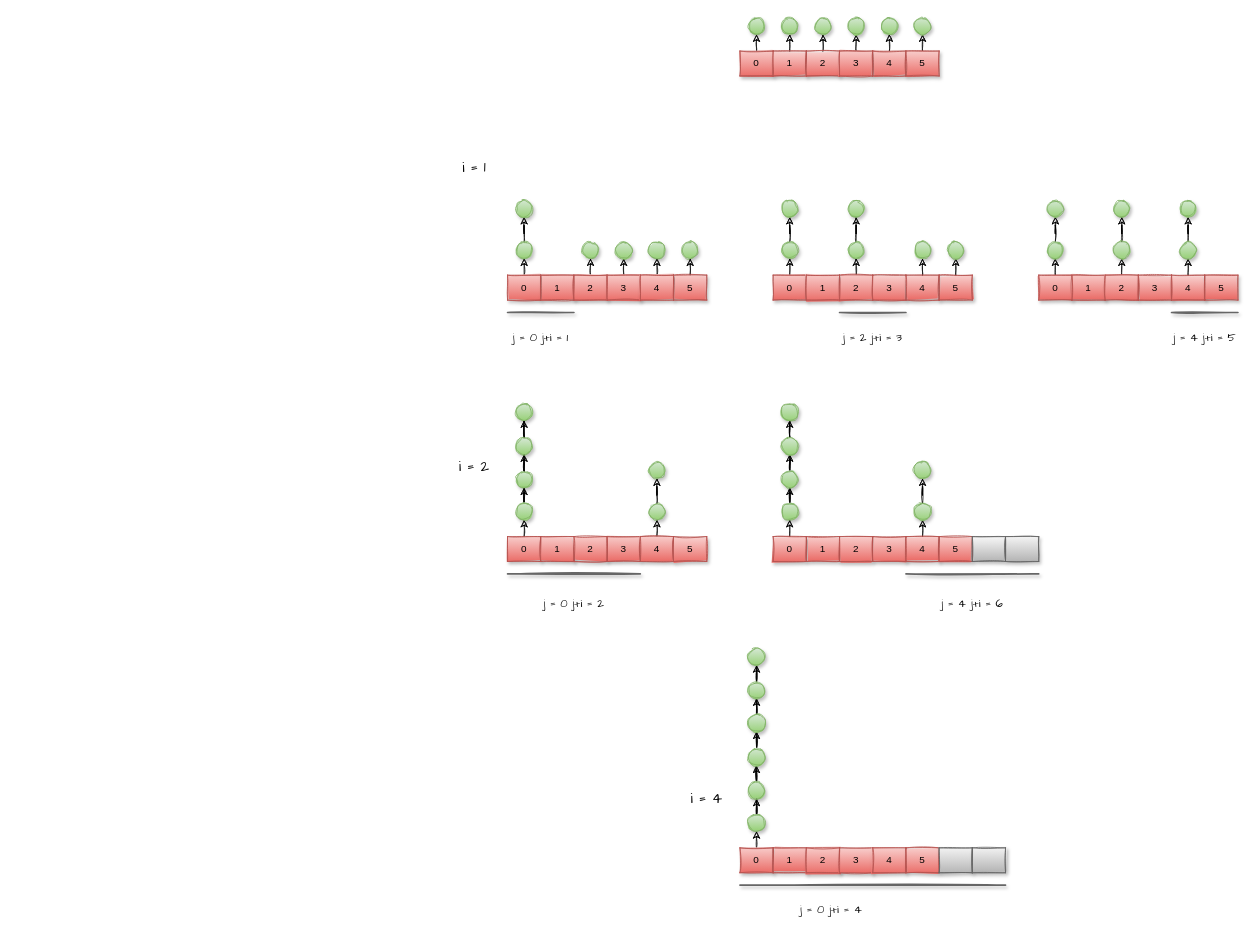
goldknife6/algorithm keeps this draw.io diagram as draw.io/合并K个升序链表.drawio. Above is the earlier version. Source tidied: cells renumbered, new cells numbered last; positions are measured from the earlier drawing's top-left corner, leaving out a move shared by most shapes. Both pictures are drawn from the tidied source at 83%, with x=0, y=0 at pixel (441, 17).
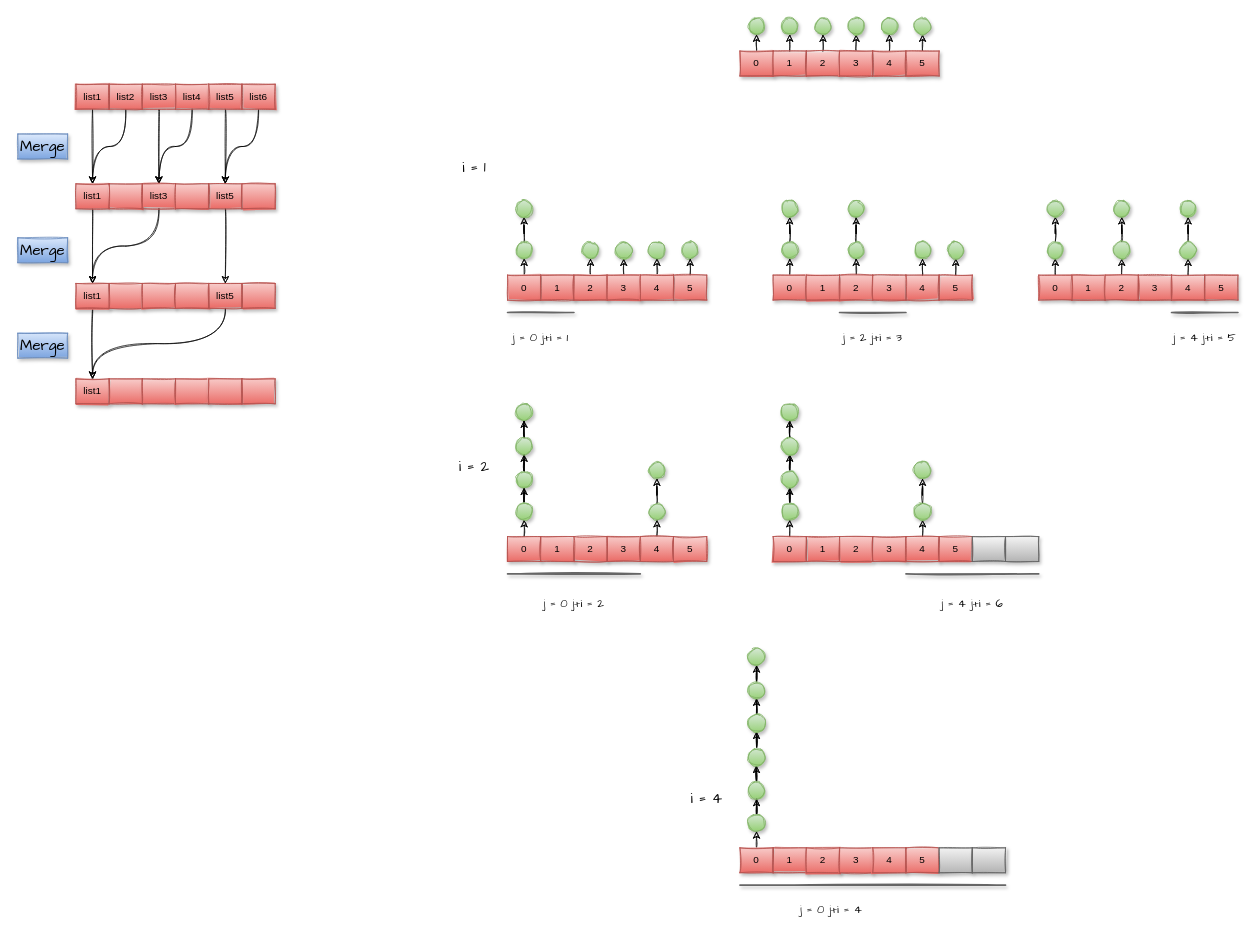
The same page after the edit.

Commit message:
更新合并K个升序链表.drawio

What changed in the source:
```diff
@@
+    <mxCell id="147" style="edgeStyle=orthogonalEdgeStyle;rounded=0;sketch=1;jettySize=auto;html=1;exitX=0.5;exitY=1;exitDx=0;exitDy=0;entryX=0.5;entryY=0;entryDx=0;entryDy=0;dashed=1;dashPattern=1 1;fontFamily=Comic Sans MS;fontSize=18;endArrow=classic;endFill=1;" parent="1" edge="1" source="148" target="160">
+      <mxGeometry relative="1" as="geometry" />
+    </mxCell>
+    <mxCell id="148" value="list1" style="rounded=0;whiteSpace=wrap;html=1;sketch=1;shadow=1;fillColor=#f8cecc;gradientColor=#ea6b66;strokeColor=#b85450;" parent="1" vertex="1">
+      <mxGeometry x="-440" y="80" width="40" height="30" as="geometry" />
+    </mxCell>
+    <mxCell id="149" style="edgeStyle=orthogonalEdgeStyle;sketch=1;jettySize=auto;html=1;exitX=0.5;exitY=1;exitDx=0;exitDy=0;entryX=0.5;entryY=0;entryDx=0;entryDy=0;dashed=1;dashPattern=1 1;fontFamily=Comic Sans MS;fontSize=18;endArrow=classic;endFill=1;curved=1;" parent="1" edge="1" source="150" target="160">
+      <mxGeometry relative="1" as="geometry" />
+    </mxCell>
+    <mxCell id="150" value="list2" style="rounded=0;whiteSpace=wrap;html=1;sketch=1;shadow=1;fillColor=#f8cecc;gradientColor=#ea6b66;strokeColor=#b85450;" parent="1" vertex="1">
+      <mxGeometry x="-400" y="80" width="40" height="30" as="geometry" />
+    </mxCell>
+    <mxCell id="151" style="edgeStyle=orthogonalEdgeStyle;curved=1;sketch=1;jettySize=auto;html=1;exitX=0.5;exitY=1;exitDx=0;exitDy=0;entryX=0.5;entryY=0;entryDx=0;entryDy=0;dashed=1;dashPattern=1 1;fontFamily=Comic Sans MS;fontSize=18;endArrow=classic;endFill=1;" parent="1" edge="1" source="152" target="163">
+      <mxGeometry relative="1" as="geometry" />
+    </mxCell>
+    <mxCell id="152" value="list3" style="rounded=0;whiteSpace=wrap;html=1;sketch=1;shadow=1;fillColor=#f8cecc;gradientColor=#ea6b66;strokeColor=#b85450;" parent="1" vertex="1">
+      <mxGeometry x="-360" y="80" width="40" height="30" as="geometry" />
+    </mxCell>
+    <mxCell id="153" style="edgeStyle=orthogonalEdgeStyle;curved=1;sketch=1;jettySize=auto;html=1;exitX=0.5;exitY=1;exitDx=0;exitDy=0;entryX=0.5;entryY=0;entryDx=0;entryDy=0;dashed=1;dashPattern=1 1;fontFamily=Comic Sans MS;fontSize=18;endArrow=classic;endFill=1;" parent="1" edge="1" source="154" target="163">
+      <mxGeometry relative="1" as="geometry" />
+    </mxCell>
+    <mxCell id="154" value="list4" style="rounded=0;whiteSpace=wrap;html=1;sketch=1;shadow=1;fillColor=#f8cecc;gradientColor=#ea6b66;strokeColor=#b85450;" parent="1" vertex="1">
+      <mxGeometry x="-320" y="80" width="40" height="30" as="geometry" />
+    </mxCell>
+    <mxCell id="155" style="edgeStyle=orthogonalEdgeStyle;curved=1;sketch=1;jettySize=auto;html=1;exitX=0.5;exitY=1;exitDx=0;exitDy=0;entryX=0.5;entryY=0;entryDx=0;entryDy=0;dashed=1;dashPattern=1 1;fontFamily=Comic Sans MS;fontSize=18;endArrow=classic;endFill=1;" parent="1" edge="1" source="156" target="166">
+      <mxGeometry relative="1" as="geometry" />
+    </mxCell>
+    <mxCell id="156" value="list5" style="rounded=0;whiteSpace=wrap;html=1;sketch=1;shadow=1;fillColor=#f8cecc;gradientColor=#ea6b66;strokeColor=#b85450;" parent="1" vertex="1">
+      <mxGeometry x="-280" y="80" width="40" height="30" as="geometry" />
+    </mxCell>
+    <mxCell id="157" style="edgeStyle=orthogonalEdgeStyle;curved=1;sketch=1;jettySize=auto;html=1;exitX=0.5;exitY=1;exitDx=0;exitDy=0;dashed=1;dashPattern=1 1;fontFamily=Comic Sans MS;fontSize=18;endArrow=classic;endFill=1;" parent="1" edge="1" source="158">
+      <mxGeometry relative="1" as="geometry">
+        <mxPoint x="-260" y="200" as="targetPoint" />
+      </mxGeometry>
+    </mxCell>
+    <mxCell id="158" value="list6" style="rounded=0;whiteSpace=wrap;html=1;sketch=1;shadow=1;fillColor=#f8cecc;gradientColor=#ea6b66;strokeColor=#b85450;" parent="1" vertex="1">
+      <mxGeometry x="-240" y="80" width="40" height="30" as="geometry" />
+    </mxCell>
+    <mxCell id="159" style="edgeStyle=orthogonalEdgeStyle;curved=1;sketch=1;jettySize=auto;html=1;exitX=0.5;exitY=1;exitDx=0;exitDy=0;entryX=0.5;entryY=0;entryDx=0;entryDy=0;dashed=1;dashPattern=1 1;fontFamily=Comic Sans MS;fontSize=18;endArrow=classic;endFill=1;" parent="1" edge="1" source="160" target="170">
+      <mxGeometry relative="1" as="geometry" />
+    </mxCell>
+    <mxCell id="160" value="list1" style="rounded=0;whiteSpace=wrap;html=1;sketch=1;shadow=1;fillColor=#f8cecc;gradientColor=#ea6b66;strokeColor=#b85450;" parent="1" vertex="1">
+      <mxGeometry x="-440" y="200" width="40" height="30" as="geometry" />
+    </mxCell>
+    <mxCell id="161" style="rounded=0;whiteSpace=wrap;html=1;sketch=1;shadow=1;fillColor=#f8cecc;gradientColor=#ea6b66;strokeColor=#b85450;" parent="1" vertex="1">
+      <mxGeometry x="-400" y="200" width="40" height="30" as="geometry" />
+    </mxCell>
+    <mxCell id="162" style="edgeStyle=orthogonalEdgeStyle;curved=1;sketch=1;jettySize=auto;html=1;exitX=0.5;exitY=1;exitDx=0;exitDy=0;entryX=0.5;entryY=0;entryDx=0;entryDy=0;dashed=1;dashPattern=1 1;fontFamily=Comic Sans MS;fontSize=18;endArrow=classic;endFill=1;" parent="1" edge="1" source="163" target="170">
+      <mxGeometry relative="1" as="geometry" />
+    </mxCell>
+    <mxCell id="163" value="list3" style="rounded=0;whiteSpace=wrap;html=1;sketch=1;shadow=1;fillColor=#f8cecc;gradientColor=#ea6b66;strokeColor=#b85450;" parent="1" vertex="1">
+      <mxGeometry x="-360" y="200" width="40" height="30" as="geometry" />
+    </mxCell>
+    <mxCell id="164" style="rounded=0;whiteSpace=wrap;html=1;sketch=1;shadow=1;fillColor=#f8cecc;gradientColor=#ea6b66;strokeColor=#b85450;" parent="1" vertex="1">
+      <mxGeometry x="-320" y="200" width="40" height="30" as="geometry" />
+    </mxCell>
+    <mxCell id="165" style="edgeStyle=orthogonalEdgeStyle;curved=1;sketch=1;jettySize=auto;html=1;exitX=0.5;exitY=1;exitDx=0;exitDy=0;entryX=0.5;entryY=0;entryDx=0;entryDy=0;dashed=1;dashPattern=1 1;fontFamily=Comic Sans MS;fontSize=18;endArrow=classic;endFill=1;" parent="1" edge="1" source="166" target="175">
+      <mxGeometry relative="1" as="geometry" />
+    </mxCell>
+    <mxCell id="166" value="list5" style="rounded=0;whiteSpace=wrap;html=1;sketch=1;shadow=1;fillColor=#f8cecc;gradientColor=#ea6b66;strokeColor=#b85450;" parent="1" vertex="1">
+      <mxGeometry x="-280" y="200" width="40" height="30" as="geometry" />
+    </mxCell>
+    <mxCell id="167" style="rounded=0;whiteSpace=wrap;html=1;sketch=1;shadow=1;fillColor=#f8cecc;gradientColor=#ea6b66;strokeColor=#b85450;" parent="1" vertex="1">
+      <mxGeometry x="-240" y="200" width="40" height="30" as="geometry" />
+    </mxCell>
+    <mxCell id="168" value="Merge" style="text;html=1;strokeColor=#6c8ebf;fillColor=#dae8fc;align=center;verticalAlign=middle;whiteSpace=wrap;rounded=0;shadow=1;sketch=1;fontFamily=Comic Sans MS;fontSize=18;gradientColor=#7ea6e0;" parent="1" vertex="1">
+      <mxGeometry x="-510" y="140" width="60" height="30" as="geometry" />
+    </mxCell>
+    <mxCell id="169" style="edgeStyle=orthogonalEdgeStyle;curved=1;sketch=1;jettySize=auto;html=1;exitX=0.5;exitY=1;exitDx=0;exitDy=0;entryX=0.5;entryY=0;entryDx=0;entryDy=0;dashed=1;dashPattern=1 1;fontFamily=Comic Sans MS;fontSize=18;endArrow=classic;endFill=1;" parent="1" edge="1" source="170" target="178">
+      <mxGeometry relative="1" as="geometry" />
+    </mxCell>
+    <mxCell id="170" value="list1" style="rounded=0;whiteSpace=wrap;html=1;sketch=1;shadow=1;fillColor=#f8cecc;gradientColor=#ea6b66;strokeColor=#b85450;" parent="1" vertex="1">
+      <mxGeometry x="-440" y="320" width="40" height="30" as="geometry" />
+    </mxCell>
+    <mxCell id="171" style="rounded=0;whiteSpace=wrap;html=1;sketch=1;shadow=1;fillColor=#f8cecc;gradientColor=#ea6b66;strokeColor=#b85450;" parent="1" vertex="1">
+      <mxGeometry x="-400" y="320" width="40" height="30" as="geometry" />
+    </mxCell>
+    <mxCell id="172" style="rounded=0;whiteSpace=wrap;html=1;sketch=1;shadow=1;fillColor=#f8cecc;gradientColor=#ea6b66;strokeColor=#b85450;" parent="1" vertex="1">
+      <mxGeometry x="-360" y="320" width="40" height="30" as="geometry" />
+    </mxCell>
+    <mxCell id="173" style="rounded=0;whiteSpace=wrap;html=1;sketch=1;shadow=1;fillColor=#f8cecc;gradientColor=#ea6b66;strokeColor=#b85450;" parent="1" vertex="1">
+      <mxGeometry x="-320" y="320" width="40" height="30" as="geometry" />
+    </mxCell>
+    <mxCell id="174" style="edgeStyle=orthogonalEdgeStyle;curved=1;sketch=1;jettySize=auto;html=1;exitX=0.5;exitY=1;exitDx=0;exitDy=0;entryX=0.5;entryY=0;entryDx=0;entryDy=0;dashed=1;dashPattern=1 1;fontFamily=Comic Sans MS;fontSize=18;endArrow=classic;endFill=1;" parent="1" edge="1" source="175" target="178">
+      <mxGeometry relative="1" as="geometry" />
+    </mxCell>
+    <mxCell id="175" value="list5" style="rounded=0;whiteSpace=wrap;html=1;sketch=1;shadow=1;fillColor=#f8cecc;gradientColor=#ea6b66;strokeColor=#b85450;" parent="1" vertex="1">
+      <mxGeometry x="-280" y="320" width="40" height="30" as="geometry" />
+    </mxCell>
+    <mxCell id="176" style="rounded=0;whiteSpace=wrap;html=1;sketch=1;shadow=1;fillColor=#f8cecc;gradientColor=#ea6b66;strokeColor=#b85450;" parent="1" vertex="1">
+      <mxGeometry x="-240" y="320" width="40" height="30" as="geometry" />
+    </mxCell>
+    <mxCell id="177" value="Merge" style="text;html=1;strokeColor=#6c8ebf;fillColor=#dae8fc;align=center;verticalAlign=middle;whiteSpace=wrap;rounded=0;shadow=1;sketch=1;fontFamily=Comic Sans MS;fontSize=18;gradientColor=#7ea6e0;" parent="1" vertex="1">
+      <mxGeometry x="-510" y="265" width="60" height="30" as="geometry" />
+    </mxCell>
+    <mxCell id="178" value="list1" style="rounded=0;whiteSpace=wrap;html=1;sketch=1;shadow=1;fillColor=#f8cecc;gradientColor=#ea6b66;strokeColor=#b85450;" parent="1" vertex="1">
+      <mxGeometry x="-440" y="435" width="40" height="30" as="geometry" />
+    </mxCell>
+    <mxCell id="179" style="rounded=0;whiteSpace=wrap;html=1;sketch=1;shadow=1;fillColor=#f8cecc;gradientColor=#ea6b66;strokeColor=#b85450;" parent="1" vertex="1">
+      <mxGeometry x="-400" y="435" width="40" height="30" as="geometry" />
+    </mxCell>
+    <mxCell id="180" style="rounded=0;whiteSpace=wrap;html=1;sketch=1;shadow=1;fillColor=#f8cecc;gradientColor=#ea6b66;strokeColor=#b85450;" parent="1" vertex="1">
+      <mxGeometry x="-360" y="435" width="40" height="30" as="geometry" />
+    </mxCell>
+    <mxCell id="181" style="rounded=0;whiteSpace=wrap;html=1;sketch=1;shadow=1;fillColor=#f8cecc;gradientColor=#ea6b66;strokeColor=#b85450;" parent="1" vertex="1">
+      <mxGeometry x="-320" y="435" width="40" height="30" as="geometry" />
+    </mxCell>
+    <mxCell id="182" style="rounded=0;whiteSpace=wrap;html=1;sketch=1;shadow=1;fillColor=#f8cecc;gradientColor=#ea6b66;strokeColor=#b85450;" parent="1" vertex="1">
+      <mxGeometry x="-280" y="435" width="40" height="30" as="geometry" />
+    </mxCell>
+    <mxCell id="183" style="rounded=0;whiteSpace=wrap;html=1;sketch=1;shadow=1;fillColor=#f8cecc;gradientColor=#ea6b66;strokeColor=#b85450;" parent="1" vertex="1">
+      <mxGeometry x="-240" y="435" width="40" height="30" as="geometry" />
+    </mxCell>
+    <mxCell id="184" value="Merge" style="text;html=1;strokeColor=#6c8ebf;fillColor=#dae8fc;align=center;verticalAlign=middle;whiteSpace=wrap;rounded=0;shadow=1;sketch=1;fontFamily=Comic Sans MS;fontSize=18;gradientColor=#7ea6e0;" parent="1" vertex="1">
+      <mxGeometry x="-510" y="380" width="60" height="30" as="geometry" />
+    </mxCell>
```
